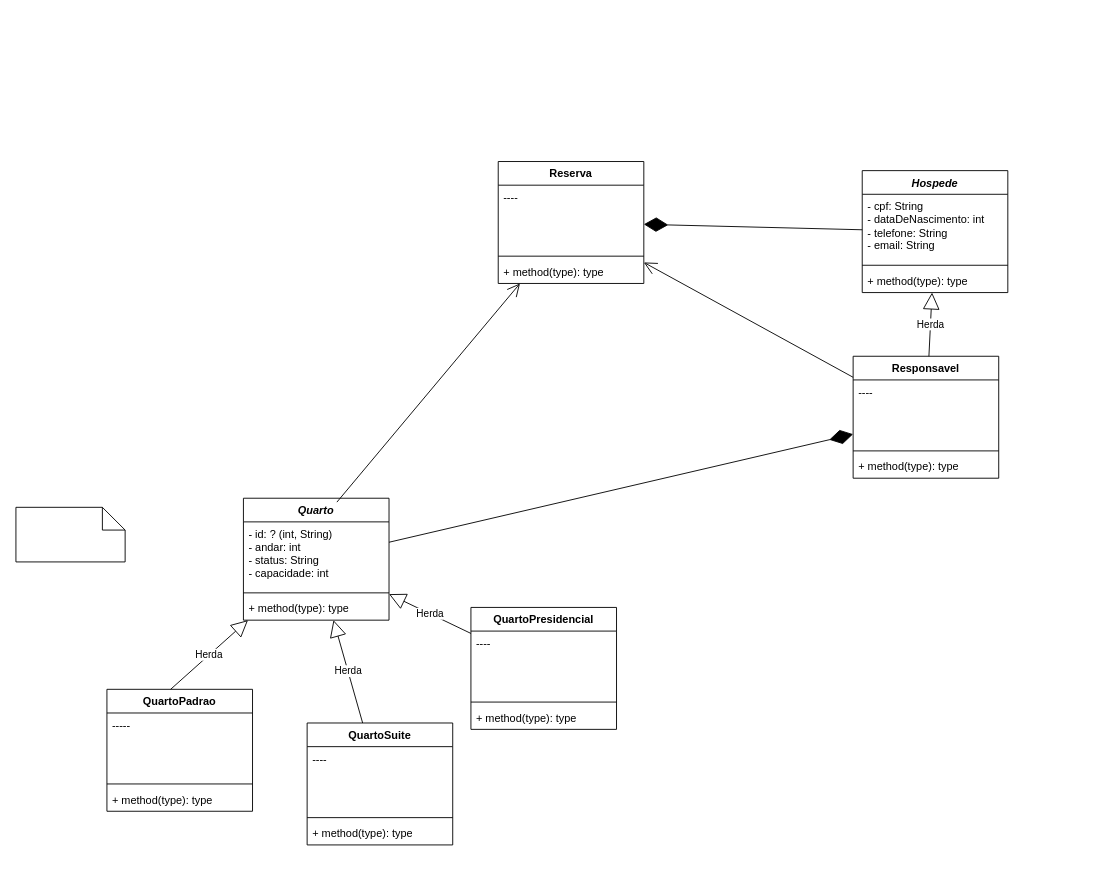
The draw.io diagram HotelDeHilbert.drawio in tucq27/Entrega1-IP2-SmartHotel, before the edit. Source tidied: cells renumbered, new cells numbered last; positions are measured from the earlier drawing's top-left corner, leaving out a move shared by most shapes. Both pictures are drawn from the tidied source at 91%, with x=0, y=0 at pixel (15, 161).
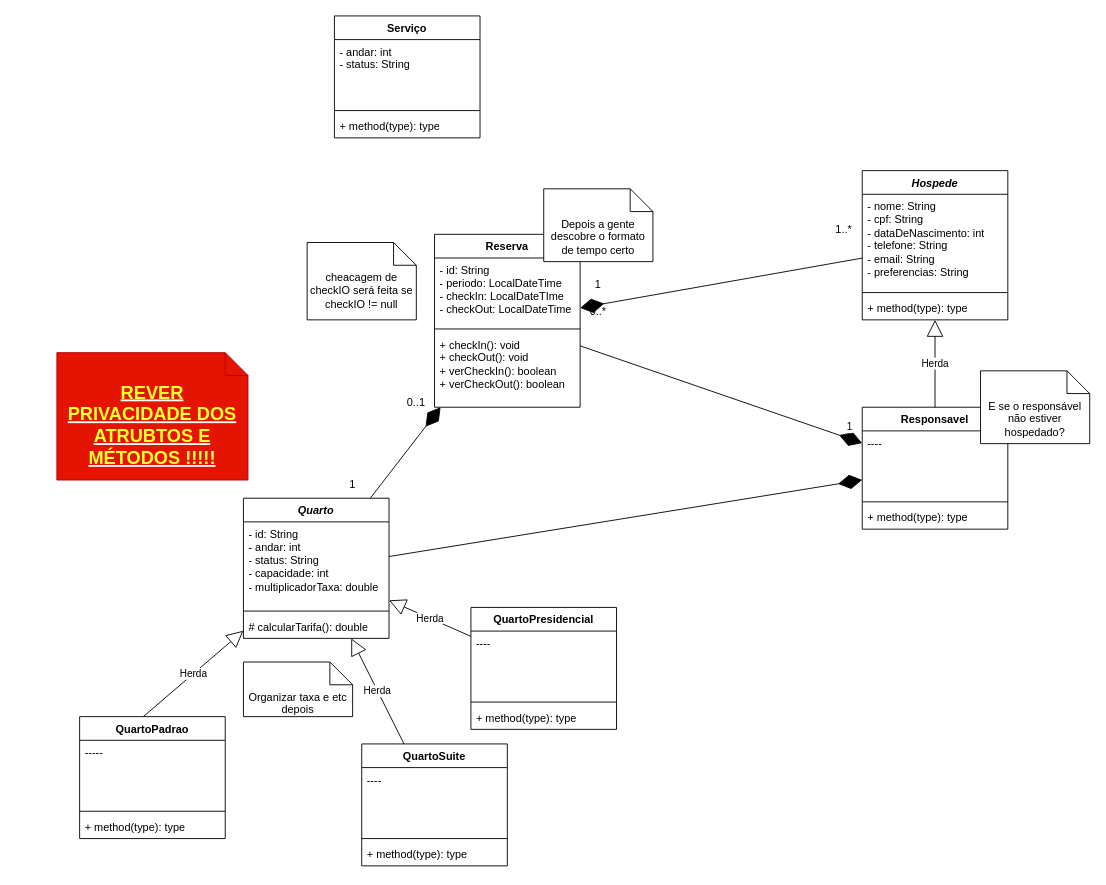
Above is the later version.

Commit message:
Requisito 1-8 concluído; Frigobar e serviços pendentes

What changed in the source:
```diff
@@
     <mxCell id="2" value="&lt;i&gt;Quarto&lt;/i&gt;" style="swimlane;fontStyle=1;align=center;verticalAlign=top;horizontal=1;startSize=26;whiteSpace=wrap;html=1;" parent="1" vertex="1">
-      <mxGeometry x="250" y="370" width="160" height="134" as="geometry" />
+      <mxGeometry x="250" y="370" width="160" height="154" as="geometry" />
     </mxCell>
-    <mxCell id="3" value="&lt;div&gt;- id: ? (int, String)&lt;/div&gt;- andar: int&lt;div&gt;- status: String&lt;/div&gt;&lt;div&gt;- capacidade: int&lt;/div&gt;" style="text;strokeColor=none;fillColor=none;align=left;verticalAlign=top;spacingLeft=4;spacingRight=4;overflow=hidden;whiteSpace=wrap;html=1;" parent="2" vertex="1">
-      <mxGeometry y="26" width="160" height="74" as="geometry" />
+    <mxCell id="3" value="&lt;div&gt;- id: String&lt;/div&gt;- andar: int&lt;div&gt;- status: String&lt;/div&gt;&lt;div&gt;- capacidade: int&lt;/div&gt;&lt;div&gt;- multiplicadorTaxa: double&lt;/div&gt;" style="text;strokeColor=none;fillColor=none;align=left;verticalAlign=top;spacingLeft=4;spacingRight=4;overflow=hidden;whiteSpace=wrap;html=1;" parent="2" vertex="1">
+      <mxGeometry y="26" width="160" height="94" as="geometry" />
     </mxCell>
     <mxCell id="4" style="line;strokeWidth=1;fillColor=none;align=left;verticalAlign=middle;spacingTop=-1;spacingLeft=3;spacingRight=3;labelPosition=right;strokeColor=inherit;" parent="2" vertex="1">
-      <mxGeometry y="100" width="160" height="8" as="geometry" />
+      <mxGeometry y="120" width="160" height="8" as="geometry" />
     </mxCell>
-    <mxCell id="5" value="+ method(type): type" style="text;strokeColor=none;fillColor=none;align=left;verticalAlign=top;spacingLeft=4;spacingRight=4;overflow=hidden;whiteSpace=wrap;html=1;" parent="2" vertex="1">
-      <mxGeometry y="108" width="160" height="26" as="geometry" />
+    <mxCell id="5" value="# calcularTarifa(): double" style="text;strokeColor=none;fillColor=none;align=left;verticalAlign=top;spacingLeft=4;spacingRight=4;overflow=hidden;whiteSpace=wrap;html=1;" parent="2" vertex="1">
+      <mxGeometry y="128" width="160" height="26" as="geometry" />
     </mxCell>
-    <mxCell id="6" value="&amp;nbsp; &amp;nbsp; &amp;nbsp; &amp;nbsp; &amp;nbsp; &amp;nbsp; " style="shape=note2;boundedLbl=1;whiteSpace=wrap;html=1;size=25;verticalAlign=top;align=center;" parent="1" vertex="1">
-      <mxGeometry y="380" width="120" height="60" as="geometry" />
+    <mxCell id="6" value="Organizar taxa e etc depois" style="shape=note2;boundedLbl=1;whiteSpace=wrap;html=1;size=25;verticalAlign=top;align=center;" parent="1" vertex="1">
+      <mxGeometry x="250" y="550" width="120" height="60" as="geometry" />
     </mxCell>
     <mxCell id="7" value="QuartoPadrao" style="swimlane;fontStyle=1;align=center;verticalAlign=top;horizontal=1;startSize=26;whiteSpace=wrap;html=1;" parent="1" vertex="1">
-      <mxGeometry x="100" y="580" width="160" height="134" as="geometry" />
+      <mxGeometry x="70" y="610" width="160" height="134" as="geometry" />
     </mxCell>
@@
     <mxCell id="12" value="QuartoSuite" style="swimlane;fontStyle=1;align=center;verticalAlign=top;horizontal=1;startSize=26;whiteSpace=wrap;html=1;" parent="1" vertex="1">
-      <mxGeometry x="320" y="617" width="160" height="134" as="geometry" />
+      <mxGeometry x="380" y="640" width="160" height="134" as="geometry" />
     </mxCell>
@@
     <mxCell id="22" value="&lt;i&gt;Hospede&lt;/i&gt;" style="swimlane;fontStyle=1;align=center;verticalAlign=top;horizontal=1;startSize=26;whiteSpace=wrap;html=1;" parent="1" vertex="1">
-      <mxGeometry x="930" y="10" width="160" height="134" as="geometry" />
+      <mxGeometry x="930" y="10" width="160" height="164" as="geometry" />
     </mxCell>
-    <mxCell id="23" value="- cpf: String&lt;div&gt;- dataDeNascimento: int&lt;/div&gt;&lt;div&gt;- telefone: String&lt;/div&gt;&lt;div&gt;- email: String&lt;/div&gt;" style="text;strokeColor=none;fillColor=none;align=left;verticalAlign=top;spacingLeft=4;spacingRight=4;overflow=hidden;whiteSpace=wrap;html=1;" parent="22" vertex="1">
-      <mxGeometry y="26" width="160" height="74" as="geometry" />
+    <mxCell id="23" value="&lt;div&gt;- nome: String&lt;/div&gt;- cpf: String&lt;div&gt;- dataDeNascimento: int&lt;/div&gt;&lt;div&gt;- telefone: String&lt;/div&gt;&lt;div&gt;- email: String&lt;/div&gt;&lt;div&gt;- preferencias: String&lt;/div&gt;" style="text;strokeColor=none;fillColor=none;align=left;verticalAlign=top;spacingLeft=4;spacingRight=4;overflow=hidden;whiteSpace=wrap;html=1;" parent="22" vertex="1">
+      <mxGeometry y="26" width="160" height="104" as="geometry" />
     </mxCell>
     <mxCell id="24" style="line;strokeWidth=1;fillColor=none;align=left;verticalAlign=middle;spacingTop=-1;spacingLeft=3;spacingRight=3;labelPosition=right;strokeColor=inherit;" parent="22" vertex="1">
-      <mxGeometry y="100" width="160" height="8" as="geometry" />
+      <mxGeometry y="130" width="160" height="8" as="geometry" />
     </mxCell>
     <mxCell id="25" value="+ method(type): type" style="text;strokeColor=none;fillColor=none;align=left;verticalAlign=top;spacingLeft=4;spacingRight=4;overflow=hidden;whiteSpace=wrap;html=1;" parent="22" vertex="1">
-      <mxGeometry y="108" width="160" height="26" as="geometry" />
+      <mxGeometry y="138" width="160" height="26" as="geometry" />
     </mxCell>
     <mxCell id="26" value="Responsavel" style="swimlane;fontStyle=1;align=center;verticalAlign=top;horizontal=1;startSize=26;whiteSpace=wrap;html=1;" parent="1" vertex="1">
-      <mxGeometry x="920" y="214" width="160" height="134" as="geometry" />
+      <mxGeometry x="930" y="270" width="160" height="134" as="geometry" />
     </mxCell>
@@
     <mxCell id="31" value="Reserva" style="swimlane;fontStyle=1;align=center;verticalAlign=top;horizontal=1;startSize=26;whiteSpace=wrap;html=1;" parent="1" vertex="1">
-      <mxGeometry x="530" width="160" height="134" as="geometry" />
+      <mxGeometry x="460" y="80" width="160" height="190" as="geometry" />
     </mxCell>
-    <mxCell id="32" value="&lt;div&gt;----&lt;/div&gt;" style="text;strokeColor=none;fillColor=none;align=left;verticalAlign=top;spacingLeft=4;spacingRight=4;overflow=hidden;whiteSpace=wrap;html=1;" parent="31" vertex="1">
+    <mxCell id="32" value="&lt;div&gt;- id: String&lt;/div&gt;&lt;div&gt;- periodo: LocalDateTime&lt;/div&gt;&lt;div&gt;- checkIn: LocalDateTIme&lt;/div&gt;&lt;div&gt;- checkOut: LocalDateTime&lt;/div&gt;" style="text;strokeColor=none;fillColor=none;align=left;verticalAlign=top;spacingLeft=4;spacingRight=4;overflow=hidden;whiteSpace=wrap;html=1;" parent="31" vertex="1">
       <mxGeometry y="26" width="160" height="74" as="geometry" />
     </mxCell>
@@
-    <mxCell id="34" value="+ method(type): type" style="text;strokeColor=none;fillColor=none;align=left;verticalAlign=top;spacingLeft=4;spacingRight=4;overflow=hidden;whiteSpace=wrap;html=1;" parent="31" vertex="1">
-      <mxGeometry y="108" width="160" height="26" as="geometry" />
+    <mxCell id="34" value="+ checkIn(): void&lt;div&gt;+ checkOut(): void&lt;div&gt;+ verCheckIn(): boolean&lt;/div&gt;&lt;/div&gt;&lt;div&gt;+ verCheckOut(): boolean&lt;/div&gt;" style="text;strokeColor=none;fillColor=none;align=left;verticalAlign=top;spacingLeft=4;spacingRight=4;overflow=hidden;whiteSpace=wrap;html=1;" parent="31" vertex="1">
+      <mxGeometry y="108" width="160" height="82" as="geometry" />
     </mxCell>
+    <mxCell id="37" style="endArrow=diamondThin;endFill=1;endSize=24;html=1;rounded=0;" parent="1" edge="1" source="2" target="26">
+      <mxGeometry relative="1" as="geometry" />
+    </mxCell>
+    <mxCell id="39" value="Depois a gente descobre o formato de tempo certo" style="shape=note2;boundedLbl=1;whiteSpace=wrap;html=1;size=25;verticalAlign=top;align=center;" parent="1" vertex="1">
+      <mxGeometry x="580" y="30" width="120" height="80" as="geometry" />
+    </mxCell>
+    <mxCell id="40" value="E se o responsável não estiver hospedado?" style="shape=note2;boundedLbl=1;whiteSpace=wrap;html=1;size=25;verticalAlign=top;align=center;" parent="1" vertex="1">
+      <mxGeometry x="1060" y="230" width="120" height="80" as="geometry" />
+    </mxCell>
+    <mxCell id="41" style="endArrow=diamondThin;endFill=1;endSize=24;html=1;rounded=0;" parent="1" edge="1" source="31" target="26">
+      <mxGeometry relative="1" as="geometry" />
+    </mxCell>
+    <mxCell id="42" value="1" style="edgeLabel;html=1;align=center;verticalAlign=middle;" parent="41" vertex="1">
+      <mxGeometry x="0.91" y="-1" relative="1" as="geometry">
+        <mxPoint y="-14" as="offset" />
+      </mxGeometry>
+    </mxCell>
+    <mxCell id="43" value="0..*" style="text;html=1;whiteSpace=wrap;strokeColor=none;fillColor=none;align=center;verticalAlign=middle;rounded=0;" parent="1" vertex="1">
+      <mxGeometry x="610" y="150" width="60" height="30" as="geometry" />
+    </mxCell>
+    <mxCell id="38" style="endArrow=diamondThin;endFill=1;endSize=24;html=1;rounded=0;" parent="1" edge="1" source="2" target="31">
+      <mxGeometry relative="1" as="geometry" />
+    </mxCell>
+    <mxCell id="44" value="0..1" style="text;html=1;whiteSpace=wrap;strokeColor=none;fillColor=none;align=center;verticalAlign=middle;rounded=0;" parent="1" vertex="1">
+      <mxGeometry x="410" y="250" width="60" height="30" as="geometry" />
+    </mxCell>
+    <mxCell id="45" value="1" style="text;html=1;whiteSpace=wrap;strokeColor=none;fillColor=none;align=center;verticalAlign=middle;rounded=0;" parent="1" vertex="1">
+      <mxGeometry x="340" y="340" width="60" height="30" as="geometry" />
+    </mxCell>
@@
-    <mxCell id="36" style="endArrow=open;endFill=1;endSize=12;html=1;rounded=0;" parent="1" edge="1" source="26" target="31">
-      <mxGeometry relative="1" as="geometry" />
-    </mxCell>
-    <mxCell id="37" style="endArrow=diamondThin;endFill=1;endSize=24;html=1;rounded=0;" parent="1" edge="1" source="2" target="26">
-      <mxGeometry relative="1" as="geometry" />
-    </mxCell>
-    <mxCell id="38" style="endArrow=open;endFill=1;endSize=12;html=1;rounded=0;exitX=0.642;exitY=0.032;exitDx=0;exitDy=0;exitPerimeter=0;" parent="1" edge="1" source="2" target="31">
-      <mxGeometry relative="1" as="geometry" />
-    </mxCell>
+    <mxCell id="46" value="1..*" style="text;html=1;whiteSpace=wrap;strokeColor=none;fillColor=none;align=center;verticalAlign=middle;rounded=0;" parent="1" vertex="1">
+      <mxGeometry x="880" y="60" width="60" height="30" as="geometry" />
+    </mxCell>
+    <mxCell id="47" value="1" style="text;html=1;whiteSpace=wrap;strokeColor=none;fillColor=none;align=center;verticalAlign=middle;rounded=0;" parent="1" vertex="1">
+      <mxGeometry x="610" y="120" width="60" height="30" as="geometry" />
+    </mxCell>
+    <mxCell id="48" value="&lt;span style=&quot;font-size: 20px;&quot;&gt;&lt;b&gt;&lt;u&gt;&lt;font style=&quot;color: rgb(255, 255, 51);&quot;&gt;REVER PRIVACIDADE DOS ATRUBTOS E MÉTODOS !!!!!&lt;/font&gt;&lt;/u&gt;&lt;/b&gt;&lt;/span&gt;" style="shape=note2;boundedLbl=1;whiteSpace=wrap;html=1;size=25;verticalAlign=top;align=center;fillColor=#e51400;fontColor=#ffffff;strokeColor=#B20000;" parent="1" vertex="1">
+      <mxGeometry x="45" y="210" width="210" height="140" as="geometry" />
+    </mxCell>
+    <mxCell id="49" value="cheacagem de checkIO será feita se checkIO != null" style="shape=note2;boundedLbl=1;whiteSpace=wrap;html=1;size=25;verticalAlign=top;align=center;" parent="1" vertex="1">
+      <mxGeometry x="320" y="89" width="120" height="85" as="geometry" />
+    </mxCell>
+    <mxCell id="50" value="Serviço" style="swimlane;fontStyle=1;align=center;verticalAlign=top;horizontal=1;startSize=26;whiteSpace=wrap;html=1;" parent="1" vertex="1">
+      <mxGeometry x="350" y="-160" width="160" height="134" as="geometry" />
+    </mxCell>
+    <mxCell id="51" value="- andar: int&lt;div&gt;- status: String&lt;/div&gt;" style="text;strokeColor=none;fillColor=none;align=left;verticalAlign=top;spacingLeft=4;spacingRight=4;overflow=hidden;whiteSpace=wrap;html=1;" parent="50" vertex="1">
+      <mxGeometry y="26" width="160" height="74" as="geometry" />
+    </mxCell>
+    <mxCell id="52" style="line;strokeWidth=1;fillColor=none;align=left;verticalAlign=middle;spacingTop=-1;spacingLeft=3;spacingRight=3;labelPosition=right;strokeColor=inherit;" parent="50" vertex="1">
+      <mxGeometry y="100" width="160" height="8" as="geometry" />
+    </mxCell>
+    <mxCell id="53" value="+ method(type): type" style="text;strokeColor=none;fillColor=none;align=left;verticalAlign=top;spacingLeft=4;spacingRight=4;overflow=hidden;whiteSpace=wrap;html=1;" parent="50" vertex="1">
+      <mxGeometry y="108" width="160" height="26" as="geometry" />
+    </mxCell>
```
